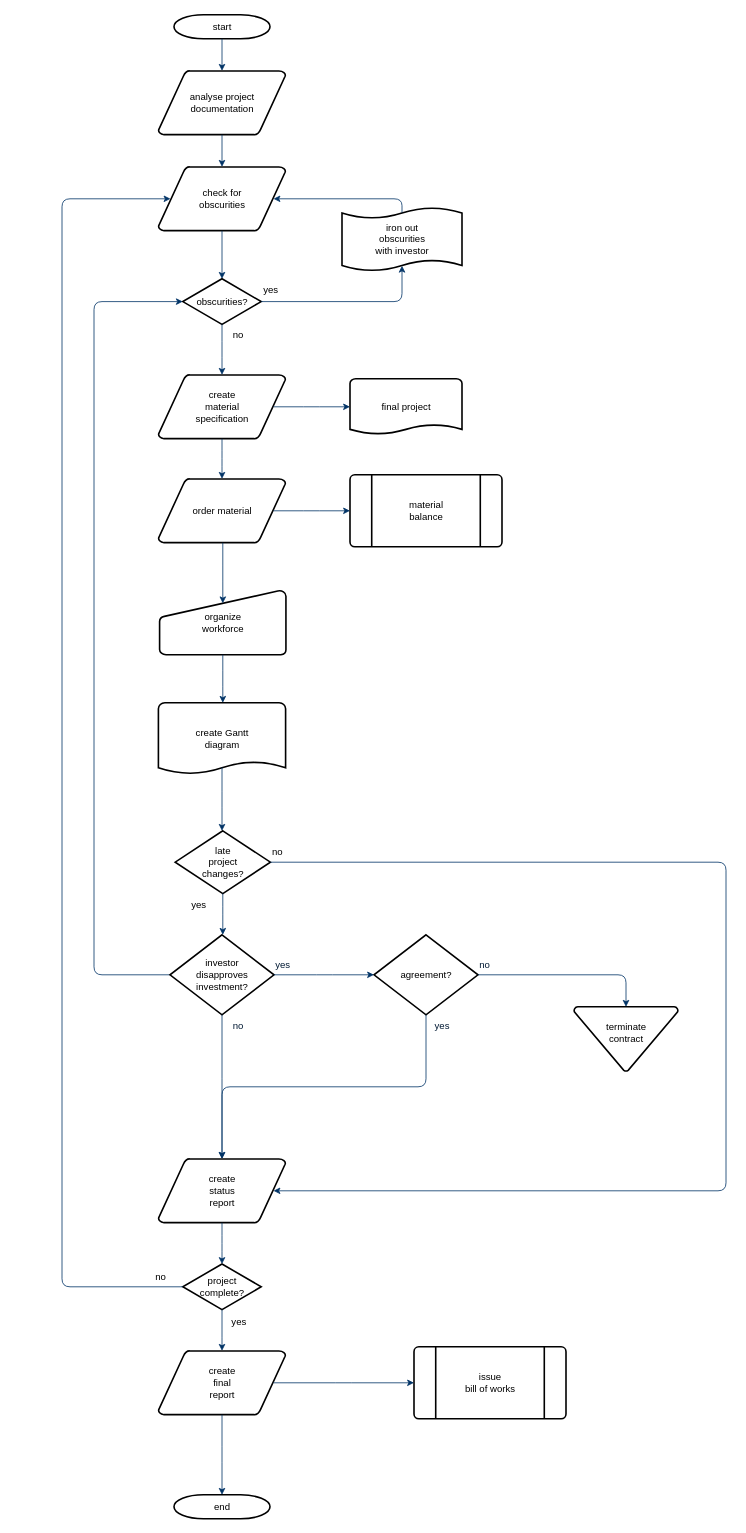
Above: Untitled Diagram.drawio in ysbush/leapyear (draw.io), before the change. Source tidied: cells renumbered, new cells numbered last; positions are measured from the earlier drawing's top-left corner, leaving out a move shared by most shapes. Both pictures are drawn from the tidied source at 80%, with x=0, y=0 at pixel (62, 14).
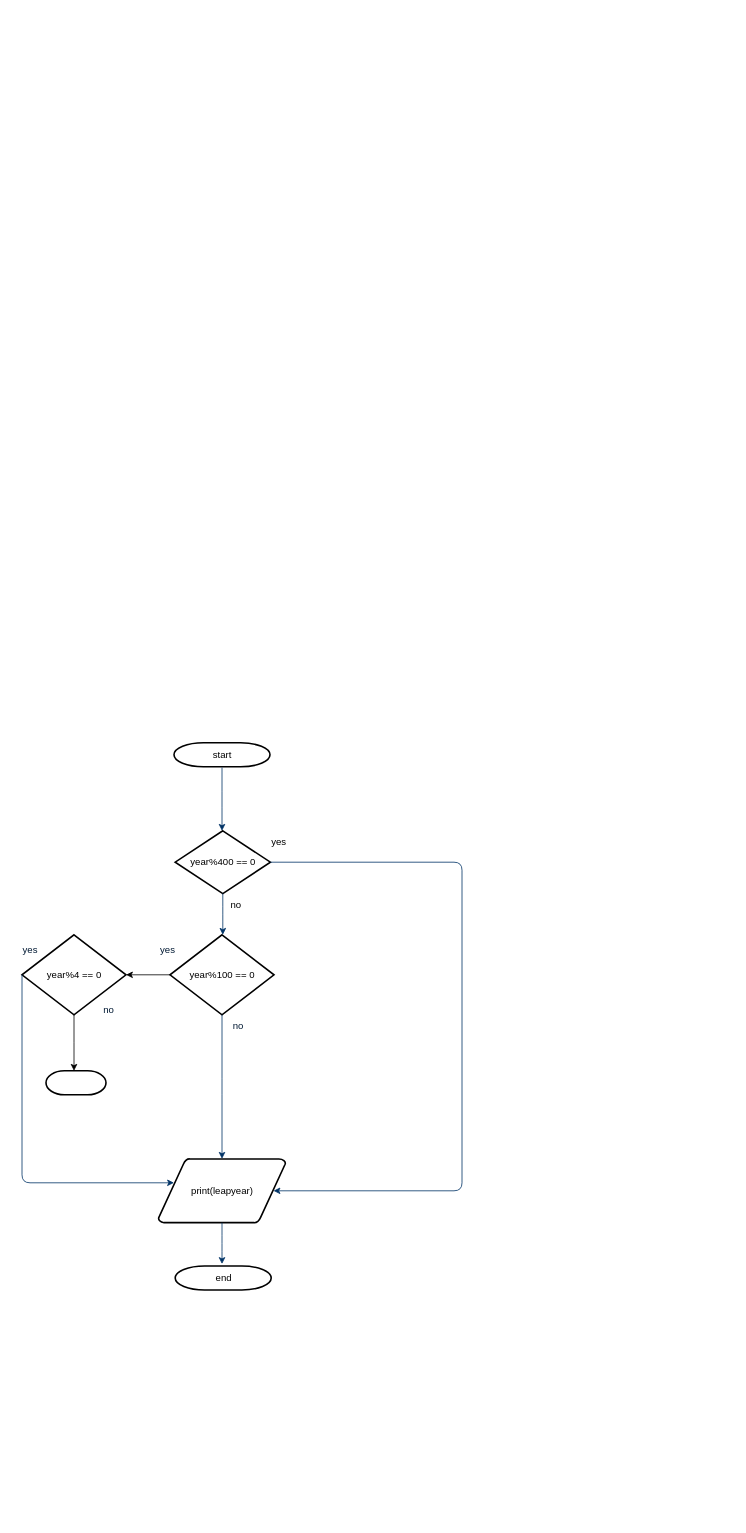
After the change.

Commit message:
leapyear flowchart

Diff of the diagram source:
```diff
@@
     <mxCell id="2" value="start" style="shape=mxgraph.flowchart.terminator;strokeWidth=2;gradientColor=none;gradientDirection=north;fontStyle=0;html=1;" parent="1" vertex="1">
-      <mxGeometry x="140" width="120" height="30" as="geometry" />
+      <mxGeometry x="140" y="910" width="120" height="30" as="geometry" />
     </mxCell>
-    <mxCell id="3" value="analyse project&#10; documentation" style="shape=mxgraph.flowchart.data;strokeWidth=2;gradientColor=none;gradientDirection=north;fontStyle=0;html=1;" parent="1" vertex="1">
-      <mxGeometry x="120.5" y="70" width="159" height="80" as="geometry" />
-    </mxCell>
-    <mxCell id="4" value="create&#10;material&#10;specification" style="shape=mxgraph.flowchart.data;strokeWidth=2;gradientColor=none;gradientDirection=north;fontStyle=0;html=1;" parent="1" vertex="1">
-      <mxGeometry x="120.5" y="450" width="159" height="80" as="geometry" />
-    </mxCell>
-    <mxCell id="5" value="check for&#10;obscurities" style="shape=mxgraph.flowchart.data;strokeWidth=2;gradientColor=none;gradientDirection=north;fontStyle=0;html=1;" parent="1" vertex="1">
-      <mxGeometry x="120.5" y="190" width="159" height="80" as="geometry" />
-    </mxCell>
-    <mxCell id="6" value="obscurities?" style="shape=mxgraph.flowchart.decision;strokeWidth=2;gradientColor=none;gradientDirection=north;fontStyle=0;html=1;" parent="1" vertex="1">
-      <mxGeometry x="151" y="330" width="98" height="57" as="geometry" />
-    </mxCell>
-    <mxCell id="7" style="fontStyle=1;strokeColor=#003366;strokeWidth=1;html=1;" parent="1" edge="1" source="2" target="3">
-      <mxGeometry relative="1" as="geometry" />
-    </mxCell>
-    <mxCell id="8" style="fontStyle=1;strokeColor=#003366;strokeWidth=1;html=1;" parent="1" edge="1" source="3" target="5">
-      <mxGeometry relative="1" as="geometry" />
-    </mxCell>
-    <mxCell id="9" style="entryX=0.5;entryY=0;entryPerimeter=0;fontStyle=1;strokeColor=#003366;strokeWidth=1;html=1;" parent="1" edge="1" source="5" target="6">
-      <mxGeometry relative="1" as="geometry" />
-    </mxCell>
-    <mxCell id="10" style="edgeStyle=elbowEdgeStyle;elbow=horizontal;entryX=0.5;entryY=0.91;entryPerimeter=0;exitX=1;exitY=0.5;exitPerimeter=0;fontStyle=1;strokeColor=#003366;strokeWidth=1;html=1;" parent="1" edge="1" source="6" target="51">
-      <mxGeometry x="381" y="28.5" as="geometry">
-        <Array as="points">
-          <mxPoint x="425" y="340" />
-        </Array>
-      </mxGeometry>
-    </mxCell>
-    <mxCell id="11" value="yes" style="text;fontStyle=0;html=1;strokeColor=none;gradientColor=none;fillColor=none;strokeWidth=2;" parent="1" vertex="1">
-      <mxGeometry x="250" y="330" width="40" height="26" as="geometry" />
-    </mxCell>
-    <mxCell id="12" style="edgeStyle=elbowEdgeStyle;elbow=horizontal;fontColor=#001933;fontStyle=1;strokeColor=#003366;strokeWidth=1;html=1;" parent="1" edge="1" source="6" target="4">
-      <mxGeometry as="geometry" />
-    </mxCell>
-    <mxCell id="13" value="order material" style="shape=mxgraph.flowchart.data;strokeWidth=2;gradientColor=none;gradientDirection=north;fontStyle=0;html=1;" parent="1" vertex="1">
-      <mxGeometry x="120.5" y="580" width="159" height="80" as="geometry" />
-    </mxCell>
-    <mxCell id="14" value="no" style="text;fontStyle=0;html=1;strokeColor=none;gradientColor=none;fillColor=none;strokeWidth=2;align=center;" parent="1" vertex="1">
-      <mxGeometry x="200" y="387" width="40" height="26" as="geometry" />
-    </mxCell>
-    <mxCell id="15" value="final project" style="shape=mxgraph.flowchart.document;strokeWidth=2;gradientColor=none;gradientDirection=north;fontStyle=0;html=1;" parent="1" vertex="1">
-      <mxGeometry x="360" y="455" width="140" height="70" as="geometry" />
-    </mxCell>
-    <mxCell id="16" style="edgeStyle=elbowEdgeStyle;elbow=horizontal;exitX=0.905;exitY=0.5;exitPerimeter=0;fontStyle=1;strokeColor=#003366;strokeWidth=1;html=1;" parent="1" edge="1" source="4" target="15">
-      <mxGeometry as="geometry" />
-    </mxCell>
-    <mxCell id="17" style="edgeStyle=elbowEdgeStyle;elbow=horizontal;fontStyle=1;strokeColor=#003366;strokeWidth=1;html=1;" parent="1" edge="1" source="4" target="13">
-      <mxGeometry as="geometry" />
-    </mxCell>
-    <mxCell id="18" value="material&#10;balance" style="shape=mxgraph.flowchart.predefined_process;strokeWidth=2;gradientColor=none;gradientDirection=north;fontStyle=0;html=1;" parent="1" vertex="1">
-      <mxGeometry x="360" y="575" width="190" height="90" as="geometry" />
-    </mxCell>
-    <mxCell id="19" style="edgeStyle=elbowEdgeStyle;elbow=horizontal;exitX=0.905;exitY=0.5;exitPerimeter=0;fontStyle=1;strokeColor=#003366;strokeWidth=1;html=1;" parent="1" edge="1" source="13" target="18">
-      <mxGeometry as="geometry" />
-    </mxCell>
-    <mxCell id="20" value="organize &#10;workforce" style="shape=mxgraph.flowchart.manual_input;strokeWidth=2;gradientColor=none;gradientDirection=north;fontStyle=0;html=1;" parent="1" vertex="1">
-      <mxGeometry x="122" y="720" width="158" height="80" as="geometry" />
-    </mxCell>
-    <mxCell id="21" style="edgeStyle=elbowEdgeStyle;elbow=horizontal;entryX=0.5;entryY=0.195;entryPerimeter=0;fontStyle=1;strokeColor=#003366;strokeWidth=1;html=1;" parent="1" edge="1" source="13" target="20">
-      <mxGeometry as="geometry" />
-    </mxCell>
-    <mxCell id="22" value="create Gantt&#10;diagram" style="shape=mxgraph.flowchart.document;strokeWidth=2;gradientColor=none;gradientDirection=north;fontStyle=0;html=1;" parent="1" vertex="1">
-      <mxGeometry x="120.5" y="860" width="159" height="90" as="geometry" />
-    </mxCell>
-    <mxCell id="23" style="edgeStyle=elbowEdgeStyle;elbow=horizontal;exitX=0.5;exitY=1;exitPerimeter=0;fontStyle=1;strokeColor=#003366;strokeWidth=1;html=1;" parent="1" edge="1" source="20" target="22">
-      <mxGeometry as="geometry" />
-    </mxCell>
-    <mxCell id="24" value="late&#10;project&#10;changes?" style="shape=mxgraph.flowchart.decision;strokeWidth=2;gradientColor=none;gradientDirection=north;fontStyle=0;html=1;" parent="1" vertex="1">
+    <mxCell id="24" value="year%400 == 0" style="shape=mxgraph.flowchart.decision;strokeWidth=2;gradientColor=none;gradientDirection=north;fontStyle=0;html=1;" parent="1" vertex="1">
       <mxGeometry x="141.5" y="1020" width="119" height="78.5" as="geometry" />
     </mxCell>
-    <mxCell id="25" style="edgeStyle=elbowEdgeStyle;elbow=horizontal;exitX=0.5;exitY=0.9;exitPerimeter=0;fontStyle=1;strokeColor=#003366;strokeWidth=1;html=1;" parent="1" edge="1" source="22" target="24">
-      <mxGeometry as="geometry" />
+    <mxCell id="25" style="edgeStyle=elbowEdgeStyle;elbow=horizontal;exitX=0.5;exitY=0.9;exitPerimeter=0;fontStyle=1;strokeColor=#003366;strokeWidth=1;html=1;" parent="1" edge="1" target="24">
+      <mxGeometry as="geometry">
+        <mxPoint x="200" y="941" as="sourcePoint" />
+      </mxGeometry>
     </mxCell>
-    <mxCell id="26" style="edgeStyle=elbowEdgeStyle;elbow=horizontal;exitX=0;exitY=0.5;exitPerimeter=0;entryX=0;entryY=0.5;entryPerimeter=0;fontStyle=1;strokeColor=#003366;strokeWidth=1;html=1;" parent="1" edge="1" source="28" target="6">
-      <mxGeometry as="geometry">
-        <Array as="points">
-          <mxPoint x="40" y="790" />
-        </Array>
-      </mxGeometry>
-    </mxCell>
     <mxCell id="27" value="yes" style="text;fontStyle=0;html=1;strokeColor=none;gradientColor=none;fillColor=none;strokeWidth=2;" parent="1" vertex="1">
-      <mxGeometry x="160" y="1098.5" width="40" height="26" as="geometry" />
+      <mxGeometry x="260" y="1020" width="40" height="26" as="geometry" />
     </mxCell>
+    <mxCell id="31" style="edgeStyle=orthogonalEdgeStyle;rounded=0;jettySize=auto;html=1;" parent="1" edge="1" source="28" target="29">
+      <mxGeometry relative="1" as="geometry" />
+    </mxCell>
-    <mxCell id="28" value="investor&#10;disapproves&#10; investment?" style="shape=mxgraph.flowchart.decision;strokeWidth=2;gradientColor=none;gradientDirection=north;fontStyle=0;html=1;" parent="1" vertex="1">
+    <mxCell id="28" value="year%100 == 0" style="shape=mxgraph.flowchart.decision;strokeWidth=2;gradientColor=none;gradientDirection=north;fontStyle=0;html=1;" parent="1" vertex="1">
       <mxGeometry x="135" y="1150" width="130" height="100" as="geometry" />
     </mxCell>
+    <mxCell id="56" style="edgeStyle=orthogonalEdgeStyle;rounded=0;jettySize=auto;html=1;exitX=0.5;exitY=1;exitDx=0;exitDy=0;exitPerimeter=0;" parent="1" edge="1" source="29">
+      <mxGeometry relative="1" as="geometry">
+        <mxPoint x="15" y="1320" as="targetPoint" />
+      </mxGeometry>
+    </mxCell>
-    <mxCell id="29" value="agreement?" style="shape=mxgraph.flowchart.decision;strokeWidth=2;gradientColor=none;gradientDirection=north;fontStyle=0;html=1;" parent="1" vertex="1">
-      <mxGeometry x="390" y="1150" width="130" height="100" as="geometry" />
+    <mxCell id="29" value="year%4 == 0" style="shape=mxgraph.flowchart.decision;strokeWidth=2;gradientColor=none;gradientDirection=north;fontStyle=0;html=1;" parent="1" vertex="1">
+      <mxGeometry x="-50" y="1150" width="130" height="100" as="geometry" />
     </mxCell>
@@
-    <mxCell id="31" style="edgeStyle=elbowEdgeStyle;elbow=horizontal;exitX=1;exitY=0.5;exitPerimeter=0;entryX=0;entryY=0.5;entryPerimeter=0;fontStyle=1;strokeColor=#003366;strokeWidth=1;html=1;" parent="1" edge="1" source="28" target="29">
-      <mxGeometry as="geometry" />
-    </mxCell>
-    <mxCell id="32" value="terminate&#10;contract&#10;" style="shape=mxgraph.flowchart.merge_or_storage;strokeWidth=2;gradientColor=none;gradientDirection=north;fontStyle=0;html=1;" parent="1" vertex="1">
-      <mxGeometry x="640" y="1240" width="130" height="80.5" as="geometry" />
-    </mxCell>
-    <mxCell id="33" style="edgeStyle=elbowEdgeStyle;elbow=vertical;exitX=1;exitY=0.5;exitPerimeter=0;entryX=0.5;entryY=0;entryPerimeter=0;fontStyle=1;strokeColor=#003366;strokeWidth=1;html=1;" parent="1" edge="1" source="29" target="32">
-      <mxGeometry as="geometry">
-        <Array as="points">
-          <mxPoint x="620" y="1200" />
-        </Array>
-      </mxGeometry>
-    </mxCell>
-    <mxCell id="34" value="create&#10;status&#10;report" style="shape=mxgraph.flowchart.data;strokeWidth=2;gradientColor=none;gradientDirection=north;fontStyle=0;html=1;" parent="1" vertex="1">
+    <mxCell id="34" value="print(leapyear)" style="shape=mxgraph.flowchart.data;strokeWidth=2;gradientColor=none;gradientDirection=north;fontStyle=0;html=1;" parent="1" vertex="1">
       <mxGeometry x="120.5" y="1430" width="159" height="80" as="geometry" />
     </mxCell>
@@
-    <mxCell id="36" style="edgeStyle=elbowEdgeStyle;elbow=vertical;exitX=0.5;exitY=1;exitPerimeter=0;entryX=0.5;entryY=0;entryPerimeter=0;fontStyle=1;strokeColor=#003366;strokeWidth=1;html=1;" parent="1" edge="1" source="29" target="34">
-      <mxGeometry as="geometry" />
+    <mxCell id="36" style="edgeStyle=elbowEdgeStyle;elbow=vertical;exitX=0;exitY=0.5;exitPerimeter=0;fontStyle=1;strokeColor=#003366;strokeWidth=1;html=1;exitDx=0;exitDy=0;" parent="1" edge="1" source="29">
+      <mxGeometry as="geometry">
+        <mxPoint x="140" y="1460" as="targetPoint" />
+        <Array as="points">
+          <mxPoint x="130" y="1460" />
+        </Array>
+      </mxGeometry>
     </mxCell>
-    <mxCell id="37" value="project&#10;complete?" style="shape=mxgraph.flowchart.decision;strokeWidth=2;gradientColor=none;gradientDirection=north;fontStyle=0;html=1;" parent="1" vertex="1">
-      <mxGeometry x="151" y="1561.5" width="98" height="57" as="geometry" />
-    </mxCell>
-    <mxCell id="38" value="create&#10;final&#10;report" style="shape=mxgraph.flowchart.data;strokeWidth=2;gradientColor=none;gradientDirection=north;fontStyle=0;html=1;" parent="1" vertex="1">
-      <mxGeometry x="120.5" y="1670" width="159" height="80" as="geometry" />
-    </mxCell>
-    <mxCell id="39" value="issue&#10;bill of works" style="shape=mxgraph.flowchart.predefined_process;strokeWidth=2;gradientColor=none;gradientDirection=north;fontStyle=0;html=1;" parent="1" vertex="1">
-      <mxGeometry x="440" y="1665" width="190" height="90" as="geometry" />
-    </mxCell>
     <mxCell id="40" value="end" style="shape=mxgraph.flowchart.terminator;strokeWidth=2;gradientColor=none;gradientDirection=north;fontStyle=0;html=1;" parent="1" vertex="1">
-      <mxGeometry x="140" y="1850" width="120" height="30" as="geometry" />
+      <mxGeometry x="141.5" y="1564" width="120" height="30" as="geometry" />
     </mxCell>
-    <mxCell id="41" style="edgeStyle=elbowEdgeStyle;elbow=vertical;exitX=0.5;exitY=1;exitPerimeter=0;entryX=0.5;entryY=0;entryPerimeter=0;fontStyle=1;strokeColor=#003366;strokeWidth=1;html=1;" parent="1" edge="1" source="34" target="37">
-      <mxGeometry as="geometry" />
+    <mxCell id="41" style="edgeStyle=elbowEdgeStyle;elbow=vertical;exitX=0.5;exitY=1;exitPerimeter=0;entryX=0.5;entryY=0;entryPerimeter=0;fontStyle=1;strokeColor=#003366;strokeWidth=1;html=1;" parent="1" edge="1" source="34">
+      <mxGeometry as="geometry">
+        <mxPoint x="200" y="1561.5" as="targetPoint" />
+      </mxGeometry>
     </mxCell>
-    <mxCell id="42" style="edgeStyle=elbowEdgeStyle;elbow=vertical;exitX=0.5;exitY=1;exitPerimeter=0;entryX=0.5;entryY=0;entryPerimeter=0;fontStyle=1;strokeColor=#003366;strokeWidth=1;html=1;" parent="1" edge="1" source="37" target="38">
-      <mxGeometry as="geometry" />
-    </mxCell>
-    <mxCell id="43" style="edgeStyle=elbowEdgeStyle;elbow=vertical;exitX=0.5;exitY=1;exitPerimeter=0;entryX=0.5;entryY=0;entryPerimeter=0;fontStyle=1;strokeColor=#003366;strokeWidth=1;html=1;" parent="1" edge="1" source="38" target="40">
-      <mxGeometry as="geometry" />
-    </mxCell>
-    <mxCell id="44" style="edgeStyle=elbowEdgeStyle;elbow=vertical;exitX=0.905;exitY=0.5;exitPerimeter=0;entryX=0;entryY=0.5;entryPerimeter=0;fontStyle=1;strokeColor=#003366;strokeWidth=1;html=1;" parent="1" edge="1" source="38" target="39">
-      <mxGeometry as="geometry" />
-    </mxCell>
     <mxCell id="45" style="edgeStyle=elbowEdgeStyle;elbow=horizontal;exitX=1;exitY=0.5;exitPerimeter=0;entryX=0.905;entryY=0.5;entryPerimeter=0;fontStyle=1;strokeColor=#003366;strokeWidth=1;html=1;" parent="1" edge="1" source="24" target="34">
       <mxGeometry as="geometry">
         <Array as="points">
+          <mxPoint x="500" y="1210" />
           <mxPoint x="830" y="1260" />
         </Array>
       </mxGeometry>
     </mxCell>
     <mxCell id="46" value="no" style="text;fontStyle=0;html=1;strokeColor=none;gradientColor=none;fillColor=none;strokeWidth=2;" parent="1" vertex="1">
-      <mxGeometry x="260.5" y="1033.2" width="40" height="26" as="geometry" />
+      <mxGeometry x="209" y="1098.5" width="40" height="26" as="geometry" />
     </mxCell>
     <mxCell id="47" value="yes" style="text;fontColor=#001933;fontStyle=0;html=1;strokeColor=none;gradientColor=none;fillColor=none;strokeWidth=2;" parent="1" vertex="1">
-      <mxGeometry x="265" y="1174" width="40" height="26" as="geometry" />
+      <mxGeometry x="120.5" y="1155" width="40" height="26" as="geometry" />
     </mxCell>
@@
     <mxCell id="49" value="yes" style="text;fontColor=#001933;fontStyle=0;html=1;strokeColor=none;gradientColor=none;fillColor=none;strokeWidth=2;align=center;" parent="1" vertex="1">
-      <mxGeometry x="455" y="1250" width="40" height="26" as="geometry" />
+      <mxGeometry x="-60" y="1155" width="40" height="26" as="geometry" />
     </mxCell>
     <mxCell id="50" value="no" style="text;fontColor=#001933;fontStyle=0;html=1;strokeColor=none;gradientColor=none;fillColor=none;strokeWidth=2;" parent="1" vertex="1">
-      <mxGeometry x="520" y="1174" width="40" height="26" as="geometry" />
+      <mxGeometry x="50" y="1230" width="40" height="26" as="geometry" />
     </mxCell>
-    <mxCell id="51" value="iron out&#10;obscurities &#10;with investor" style="shape=mxgraph.flowchart.paper_tape;strokeWidth=2;gradientColor=none;gradientDirection=north;fontStyle=0;html=1;" parent="1" vertex="1">
-      <mxGeometry x="350" y="240" width="150" height="81" as="geometry" />
-    </mxCell>
-    <mxCell id="52" style="edgeStyle=elbowEdgeStyle;elbow=horizontal;exitX=0.5;exitY=0.09;exitPerimeter=0;entryX=0.905;entryY=0.5;entryPerimeter=0;fontStyle=1;strokeColor=#003366;strokeWidth=1;html=1;" parent="1" edge="1" source="51" target="5">
-      <mxGeometry as="geometry">
-        <Array as="points">
-          <mxPoint x="425" y="240" />
-        </Array>
-      </mxGeometry>
-    </mxCell>
-    <mxCell id="53" value="yes" style="text;fontStyle=0;html=1;strokeColor=none;gradientColor=none;fillColor=none;strokeWidth=2;align=center;" parent="1" vertex="1">
-      <mxGeometry x="201" y="1620" width="40" height="26" as="geometry" />
-    </mxCell>
-    <mxCell id="54" style="edgeStyle=elbowEdgeStyle;elbow=horizontal;exitX=0;exitY=0.5;exitPerimeter=0;entryX=0.095;entryY=0.5;entryPerimeter=0;fontStyle=1;strokeColor=#003366;strokeWidth=1;html=1;" parent="1" edge="1" source="37" target="5">
-      <mxGeometry as="geometry">
-        <Array as="points">
-          <mxPoint y="910" />
-        </Array>
-      </mxGeometry>
-    </mxCell>
-    <mxCell id="55" value="no" style="text;fontStyle=0;html=1;strokeColor=none;gradientColor=none;fillColor=none;strokeWidth=2;" parent="1" vertex="1">
-      <mxGeometry x="115" y="1564" width="40" height="26" as="geometry" />
-    </mxCell>
+    <mxCell id="57" style="shape=mxgraph.flowchart.terminator;strokeWidth=2;gradientColor=none;gradientDirection=north;fontStyle=0;html=1;" parent="1" vertex="1">
+      <mxGeometry x="-20" y="1320" width="75" height="30" as="geometry" />
+    </mxCell>
```
